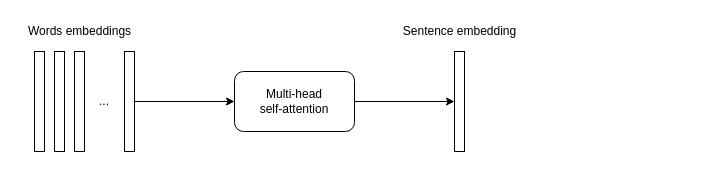
The draw.io diagram Untitled Diagram.drawio in cerisara/draws, before the edit. Source tidied: cells renumbered, new cells numbered last; positions are measured from the earlier drawing's top-left corner, leaving out a move shared by most shapes. Both pictures are drawn from the tidied source at 100%, with x=0, y=0 at pixel (16, 21).
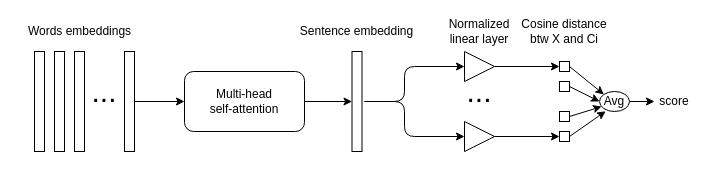
The same page after the edit.

Diff of the diagram source:
```diff
@@
-    <mxCell id="6" value="..." style="text;html=1;strokeColor=none;fillColor=none;align=center;verticalAlign=middle;whiteSpace=wrap;rounded=0;" parent="1" vertex="1">
-      <mxGeometry x="68" y="70" width="40" height="20" as="geometry" />
-    </mxCell>
@@
     <mxCell id="8" style="rounded=0;whiteSpace=wrap;html=1;" parent="1" vertex="1">
-      <mxGeometry x="438" y="30" width="10" height="100" as="geometry" />
+      <mxGeometry x="335.5" y="30" width="10" height="100" as="geometry" />
     </mxCell>
     <mxCell id="9" value="&lt;div&gt;Multi-head&lt;/div&gt;&lt;div&gt;self-attention&lt;br&gt;&lt;/div&gt;" style="rounded=1;whiteSpace=wrap;html=1;" parent="1" vertex="1">
-      <mxGeometry x="218" y="50" width="120" height="60" as="geometry" />
+      <mxGeometry x="168" y="50" width="120" height="60" as="geometry" />
     </mxCell>
@@
     <mxCell id="12" value="Sentence embedding" style="text;html=1;strokeColor=none;fillColor=none;align=center;verticalAlign=middle;whiteSpace=wrap;rounded=0;" parent="1" vertex="1">
-      <mxGeometry x="380.5" width="125" height="20" as="geometry" />
+      <mxGeometry x="278" width="125" height="20" as="geometry" />
     </mxCell>
+    <mxCell id="13" style="endArrow=classic;html=1;entryX=0.5;entryY=1;entryDx=0;entryDy=0;" parent="1" edge="1">
+      <mxGeometry relative="1" as="geometry">
+        <mxPoint x="348" y="80" as="sourcePoint" />
+        <mxPoint x="448" y="45" as="targetPoint" />
+        <Array as="points">
+          <mxPoint x="388" y="80" />
+          <mxPoint x="388" y="45" />
+        </Array>
+      </mxGeometry>
+    </mxCell>
+    <mxCell id="14" style="triangle;whiteSpace=wrap;html=1;" parent="1" vertex="1">
+      <mxGeometry x="448" y="30" width="30" height="30" as="geometry" />
+    </mxCell>
+    <mxCell id="15" style="endArrow=classic;html=1;exitX=1;exitY=0.5;exitDx=0;exitDy=0;entryX=0;entryY=0.5;entryDx=0;entryDy=0;" parent="1" edge="1" source="14" target="21">
+      <mxGeometry relative="1" as="geometry" />
+    </mxCell>
+    <mxCell id="16" value="&lt;div&gt;Cosine distance&lt;/div&gt;&lt;div&gt;btw X and Ci&lt;br&gt;&lt;/div&gt;" style="text;html=1;strokeColor=none;fillColor=none;align=center;verticalAlign=middle;whiteSpace=wrap;rounded=0;" parent="1" vertex="1">
+      <mxGeometry x="483" y="-2.5" width="130" height="25" as="geometry" />
+    </mxCell>
+    <mxCell id="17" value="Normalized linear layer" style="text;html=1;strokeColor=none;fillColor=none;align=center;verticalAlign=middle;whiteSpace=wrap;rounded=0;" parent="1" vertex="1">
+      <mxGeometry x="423" width="80" height="20" as="geometry" />
+    </mxCell>
+    <mxCell id="18" style="triangle;whiteSpace=wrap;html=1;" parent="1" vertex="1">
+      <mxGeometry x="448" y="100" width="30" height="30" as="geometry" />
+    </mxCell>
+    <mxCell id="19" value="&lt;font style=&quot;font-size: 30px&quot;&gt;...&lt;/font&gt;" style="text;html=1;strokeColor=none;fillColor=none;align=center;verticalAlign=middle;whiteSpace=wrap;rounded=0;" parent="1" vertex="1">
+      <mxGeometry x="443" y="60" width="40" height="20" as="geometry" />
+    </mxCell>
+    <mxCell id="20" style="endArrow=classic;html=1;entryX=0;entryY=0.5;entryDx=0;entryDy=0;" parent="1" edge="1" target="18">
+      <mxGeometry relative="1" as="geometry">
+        <mxPoint x="348" y="80" as="sourcePoint" />
+        <Array as="points">
+          <mxPoint x="388" y="80" />
+          <mxPoint x="388" y="115" />
+        </Array>
+      </mxGeometry>
+    </mxCell>
+    <mxCell id="21" style="rounded=0;whiteSpace=wrap;html=1;" parent="1" vertex="1">
+      <mxGeometry x="543" y="40" width="10" height="10" as="geometry" />
+    </mxCell>
+    <mxCell id="22" style="endArrow=classic;html=1;exitX=1;exitY=0.5;exitDx=0;exitDy=0;entryX=0;entryY=0.5;entryDx=0;entryDy=0;" parent="1" edge="1" target="23">
+      <mxGeometry relative="1" as="geometry">
+        <mxPoint x="478" y="115" as="sourcePoint" />
+      </mxGeometry>
+    </mxCell>
+    <mxCell id="23" style="rounded=0;whiteSpace=wrap;html=1;" parent="1" vertex="1">
+      <mxGeometry x="543" y="110" width="10" height="10" as="geometry" />
+    </mxCell>
+    <mxCell id="24" style="rounded=0;whiteSpace=wrap;html=1;" parent="1" vertex="1">
+      <mxGeometry x="543" y="60" width="10" height="10" as="geometry" />
+    </mxCell>
+    <mxCell id="25" style="rounded=0;whiteSpace=wrap;html=1;" parent="1" vertex="1">
+      <mxGeometry x="543" y="90" width="10" height="10" as="geometry" />
+    </mxCell>
+    <mxCell id="26" value="&lt;font style=&quot;font-size: 30px&quot;&gt;...&lt;/font&gt;" style="text;html=1;strokeColor=none;fillColor=none;align=center;verticalAlign=middle;whiteSpace=wrap;rounded=0;" parent="1" vertex="1">
+      <mxGeometry x="68" y="60" width="40" height="20" as="geometry" />
+    </mxCell>
+    <mxCell id="27" value="Avg" style="ellipse;whiteSpace=wrap;html=1;" parent="1" vertex="1">
+      <mxGeometry x="583" y="70" width="30" height="20" as="geometry" />
+    </mxCell>
+    <mxCell id="28" style="endArrow=classic;html=1;exitX=1;exitY=0.5;exitDx=0;exitDy=0;entryX=0;entryY=0;entryDx=0;entryDy=0;" parent="1" edge="1" source="21" target="27">
+      <mxGeometry relative="1" as="geometry" />
+    </mxCell>
+    <mxCell id="29" style="endArrow=classic;html=1;exitX=1;exitY=0.5;exitDx=0;exitDy=0;entryX=0;entryY=0.5;entryDx=0;entryDy=0;" parent="1" edge="1" source="24" target="27">
+      <mxGeometry relative="1" as="geometry" />
+    </mxCell>
+    <mxCell id="30" style="endArrow=classic;html=1;exitX=1;exitY=0.5;exitDx=0;exitDy=0;entryX=0.069;entryY=0.754;entryDx=0;entryDy=0;entryPerimeter=0;" parent="1" edge="1" source="25" target="27">
+      <mxGeometry relative="1" as="geometry" />
+    </mxCell>
+    <mxCell id="31" style="endArrow=classic;html=1;exitX=1;exitY=0.5;exitDx=0;exitDy=0;entryX=0.205;entryY=0.987;entryDx=0;entryDy=0;entryPerimeter=0;" parent="1" edge="1" source="23" target="27">
+      <mxGeometry relative="1" as="geometry" />
+    </mxCell>
+    <mxCell id="32" value="score" style="text;html=1;strokeColor=none;fillColor=none;align=center;verticalAlign=middle;whiteSpace=wrap;rounded=0;" parent="1" vertex="1">
+      <mxGeometry x="638" y="70" width="40" height="20" as="geometry" />
+    </mxCell>
+    <mxCell id="33" style="endArrow=classic;html=1;exitX=1;exitY=0.5;exitDx=0;exitDy=0;entryX=0;entryY=0.5;entryDx=0;entryDy=0;" parent="1" edge="1" source="27" target="32">
+      <mxGeometry relative="1" as="geometry" />
+    </mxCell>
```
